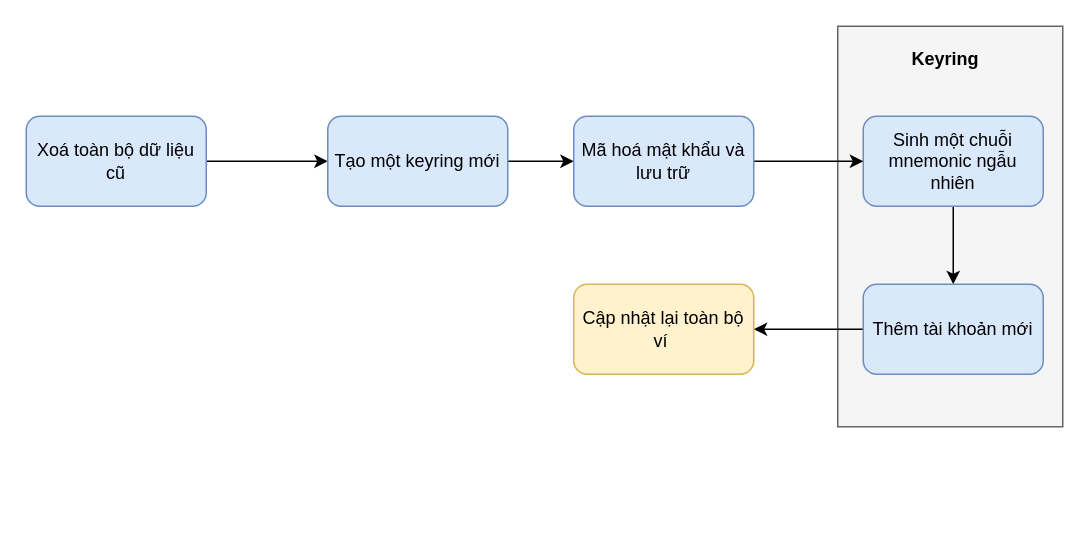
Above: page "keyring-create-wallet" (2 of 2) of documents/metamask.drawio in phamhongphuc1999/web-practice (draw.io), before the change. Source tidied: cells renumbered, new cells numbered last; positions are measured from the earlier drawing's top-left corner, leaving out a move shared by most shapes. Both pictures are drawn from the tidied source at 150%, with x=0, y=0 at pixel (26, 26).
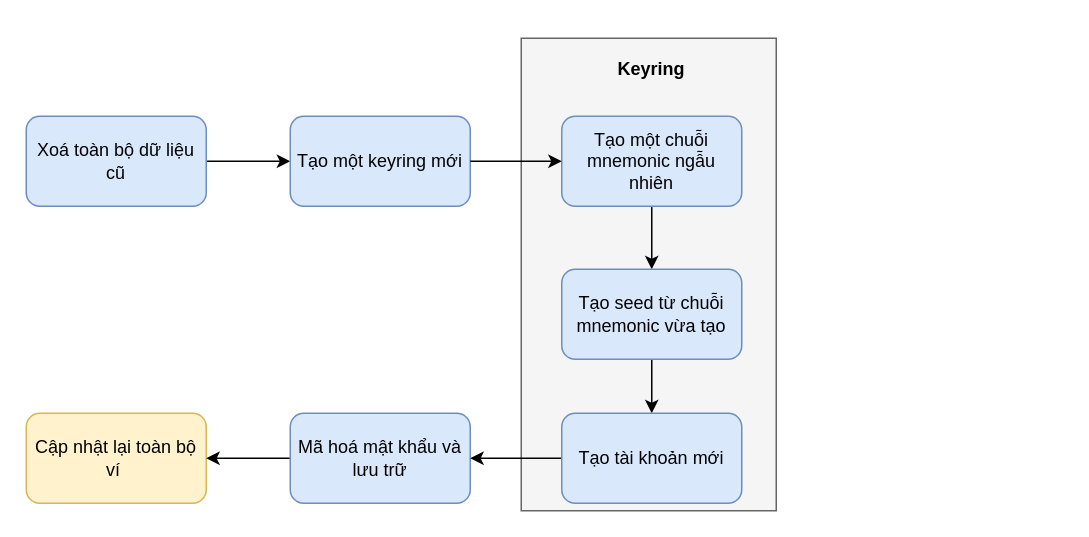
The same page after the edit.

What changed in the source:
```diff
@@
 <mxGraphModel>
   <root>
     <mxCell id="0" />
     <mxCell id="1" parent="0" />
     <mxCell id="2" style="edgeStyle=orthogonalEdgeStyle;rounded=0;jettySize=auto;html=1;" parent="1" edge="1" source="3" target="5">
       <mxGeometry relative="1" as="geometry" />
     </mxCell>
     <mxCell id="3" value="Xoá toàn bộ dữ liệu cũ" style="rounded=1;whiteSpace=wrap;html=1;fillColor=#dae8fc;strokeColor=#6c8ebf;" parent="1" vertex="1">
       <mxGeometry y="60" width="120" height="60" as="geometry" />
     </mxCell>
-    <mxCell id="4" style="edgeStyle=orthogonalEdgeStyle;rounded=0;jettySize=auto;html=1;" parent="1" edge="1" source="5" target="14">
-      <mxGeometry relative="1" as="geometry" />
-    </mxCell>
     <mxCell id="5" value="Tạo một keyring mới" style="rounded=1;whiteSpace=wrap;html=1;fillColor=#dae8fc;strokeColor=#6c8ebf;" parent="1" vertex="1">
-      <mxGeometry x="201" y="60" width="120" height="60" as="geometry" />
+      <mxGeometry x="176" y="60" width="120" height="60" as="geometry" />
     </mxCell>
     <mxCell id="6" style="rounded=0;whiteSpace=wrap;html=1;sketch=0;fillStyle=auto;fillColor=#f5f5f5;fontColor=#333333;strokeColor=#666666;" parent="1" vertex="1">
-      <mxGeometry x="541" width="150" height="267" as="geometry" />
+      <mxGeometry x="330" y="8" width="170" height="315" as="geometry" />
     </mxCell>
-    <mxCell id="7" style="edgeStyle=orthogonalEdgeStyle;rounded=0;jettySize=auto;html=1;" parent="1" edge="1" source="8" target="10">
-      <mxGeometry relative="1" as="geometry" />
-    </mxCell>
-    <mxCell id="8" value="Sinh một chuỗi mnemonic ngẫu nhiên" style="rounded=1;whiteSpace=wrap;html=1;fillColor=#dae8fc;strokeColor=#6c8ebf;" parent="1" vertex="1">
-      <mxGeometry x="558" y="60" width="120" height="60" as="geometry" />
-    </mxCell>
-    <mxCell id="9" style="edgeStyle=orthogonalEdgeStyle;rounded=0;jettySize=auto;html=1;" parent="1" edge="1" source="10" target="11">
-      <mxGeometry relative="1" as="geometry" />
-    </mxCell>
-    <mxCell id="10" value="Thêm tài khoản mới" style="rounded=1;whiteSpace=wrap;html=1;fillColor=#dae8fc;strokeColor=#6c8ebf;" parent="1" vertex="1">
-      <mxGeometry x="558" y="172" width="120" height="60" as="geometry" />
-    </mxCell>
     <mxCell id="11" value="Cập nhật lại toàn bộ ví&amp;nbsp;" style="rounded=1;whiteSpace=wrap;html=1;fillColor=#fff2cc;strokeColor=#d6b656;" parent="1" vertex="1">
-      <mxGeometry x="365" y="172" width="120" height="60" as="geometry" />
+      <mxGeometry y="258" width="120" height="60" as="geometry" />
     </mxCell>
+    <mxCell id="15" style="edgeStyle=orthogonalEdgeStyle;rounded=0;jettySize=auto;html=1;" parent="1" edge="1" source="14" target="11">
+      <mxGeometry relative="1" as="geometry" />
+    </mxCell>
+    <mxCell id="14" value="Mã hoá mật khẩu và lưu trữ" style="rounded=1;whiteSpace=wrap;html=1;fillColor=#dae8fc;strokeColor=#6c8ebf;" parent="1" vertex="1">
+      <mxGeometry x="176" y="258" width="120" height="60" as="geometry" />
+    </mxCell>
+    <mxCell id="16" style="edgeStyle=orthogonalEdgeStyle;rounded=0;jettySize=auto;html=1;" parent="1" edge="1" source="17" target="19">
+      <mxGeometry relative="1" as="geometry" />
+    </mxCell>
+    <mxCell id="17" value="Tạo một chuỗi mnemonic ngẫu nhiên" style="rounded=1;whiteSpace=wrap;html=1;fillColor=#dae8fc;strokeColor=#6c8ebf;" parent="1" vertex="1">
+      <mxGeometry x="357" y="60" width="120" height="60" as="geometry" />
+    </mxCell>
+    <mxCell id="18" style="edgeStyle=orthogonalEdgeStyle;rounded=0;jettySize=auto;html=1;" parent="1" edge="1" source="19" target="21">
+      <mxGeometry relative="1" as="geometry" />
+    </mxCell>
+    <mxCell id="19" value="Tạo seed từ chuỗi mnemonic vừa tạo" style="rounded=1;whiteSpace=wrap;html=1;fillColor=#dae8fc;strokeColor=#6c8ebf;" parent="1" vertex="1">
+      <mxGeometry x="357" y="162" width="120" height="60" as="geometry" />
+    </mxCell>
+    <mxCell id="20" style="edgeStyle=orthogonalEdgeStyle;rounded=0;jettySize=auto;html=1;" parent="1" edge="1" source="21" target="14">
+      <mxGeometry relative="1" as="geometry" />
+    </mxCell>
+    <mxCell id="21" value="Tạo tài khoản mới" style="rounded=1;whiteSpace=wrap;html=1;fillColor=#dae8fc;strokeColor=#6c8ebf;" parent="1" vertex="1">
+      <mxGeometry x="357" y="258" width="120" height="60" as="geometry" />
+    </mxCell>
+    <mxCell id="22" style="edgeStyle=orthogonalEdgeStyle;rounded=0;jettySize=auto;html=1;" parent="1" edge="1" source="5" target="17">
+      <mxGeometry relative="1" as="geometry" />
+    </mxCell>
     <mxCell id="12" value="Keyring" style="text;html=1;strokeColor=none;fillColor=none;align=center;verticalAlign=middle;whiteSpace=wrap;rounded=0;sketch=0;fillStyle=auto;fontStyle=1;" parent="1" vertex="1">
-      <mxGeometry x="547" y="7" width="132" height="30" as="geometry" />
+      <mxGeometry x="387" y="14" width="60" height="30" as="geometry" />
     </mxCell>
-    <mxCell id="13" style="edgeStyle=orthogonalEdgeStyle;rounded=0;jettySize=auto;html=1;" parent="1" edge="1" source="14" target="8">
-      <mxGeometry relative="1" as="geometry" />
-    </mxCell>
-    <mxCell id="14" value="Mã hoá mật khẩu và lưu trữ" style="rounded=1;whiteSpace=wrap;html=1;fillColor=#dae8fc;strokeColor=#6c8ebf;" parent="1" vertex="1">
-      <mxGeometry x="365" y="60" width="120" height="60" as="geometry" />
-    </mxCell>
   </root>
 </mxGraphModel>
```
